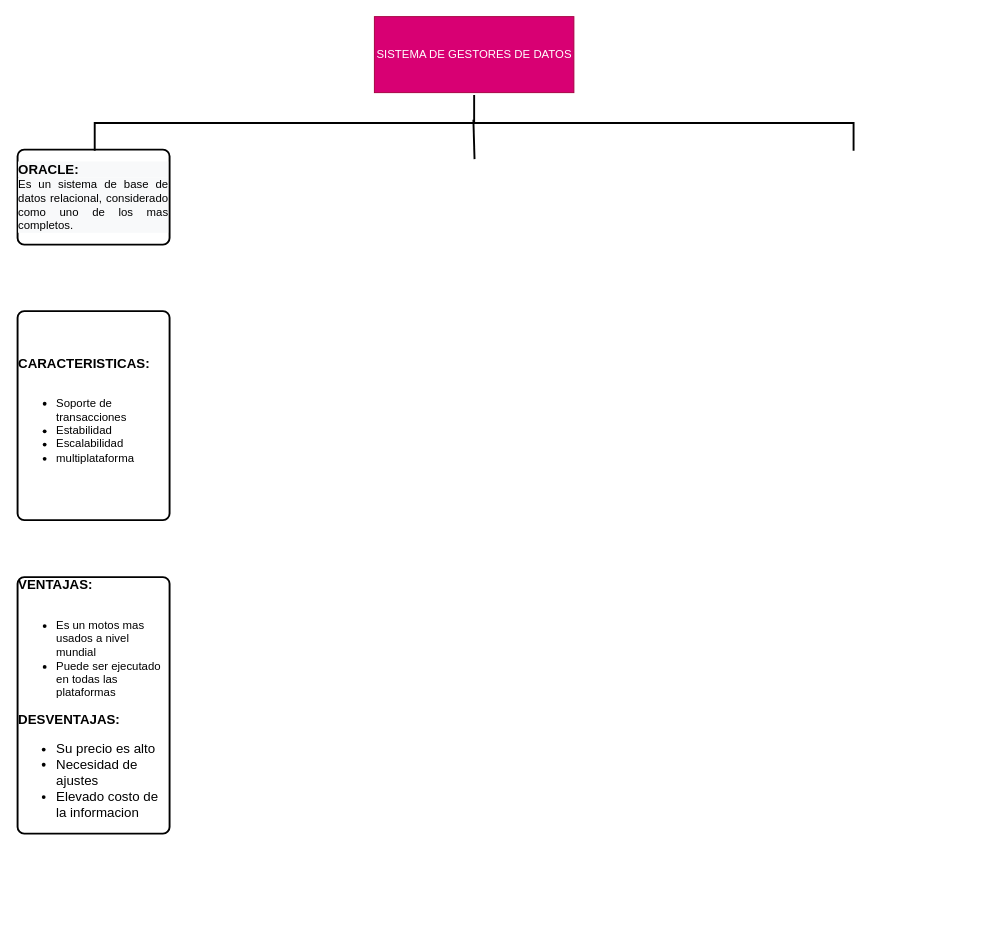
Earlier version of the draw.io diagram DIAGRAMAN/Gestores de base de datos.drawio (IVONNE80/BASE-DE-DATOS). Source tidied: cells renumbered, new cells numbered last; positions are measured from the earlier drawing's top-left corner, leaving out a move shared by most shapes. Both pictures are drawn from the tidied source at 95%, with x=0, y=0 at pixel (17, -257).
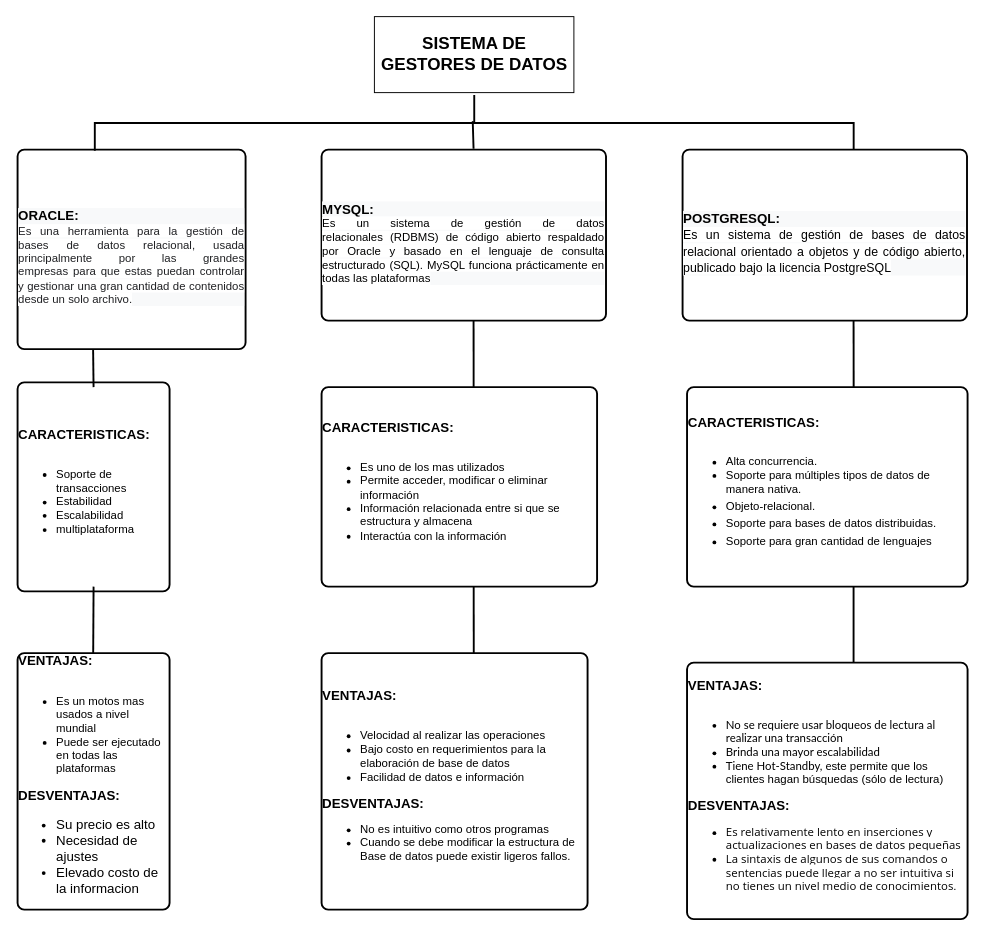
The same page after the edit.

Diff of the diagram source:
```diff
@@
-    <mxCell id="2" value="SISTEMA DE GESTORES DE DATOS" style="rounded=0;whiteSpace=wrap;html=1;fillColor=#d80073;strokeColor=#A50040;fontColor=#ffffff;" parent="1" vertex="1">
+    <mxCell id="2" value="&lt;font style=&quot;font-size: 18px;&quot;&gt;&lt;b&gt;SISTEMA DE GESTORES DE DATOS&lt;/b&gt;&lt;/font&gt;" style="rounded=0;whiteSpace=wrap;html=1;" parent="1" vertex="1">
       <mxGeometry x="375.6" y="288" width="210" height="80" as="geometry" />
     </mxCell>
-    <mxCell id="3" value="&lt;br&gt;&lt;div style=&quot;color: rgb(0, 0, 0); font-family: Helvetica; font-style: normal; font-variant-ligatures: normal; font-variant-caps: normal; font-weight: 400; letter-spacing: normal; orphans: 2; text-indent: 0px; text-transform: none; widows: 2; word-spacing: 0px; -webkit-text-stroke-width: 0px; background-color: rgb(248, 249, 250); text-decoration-thickness: initial; text-decoration-style: initial; text-decoration-color: initial; font-size: 12px; text-align: left;&quot;&gt;&lt;span style=&quot;background-color: initial;&quot;&gt;&lt;b&gt;&lt;font style=&quot;font-size: 14px;&quot;&gt;ORACLE:&lt;/font&gt;&lt;/b&gt;&lt;/span&gt;&lt;/div&gt;&lt;div style=&quot;color: rgb(0, 0, 0); font-family: Helvetica; font-style: normal; font-variant-ligatures: normal; font-variant-caps: normal; font-weight: 400; letter-spacing: normal; orphans: 2; text-indent: 0px; text-transform: none; widows: 2; word-spacing: 0px; -webkit-text-stroke-width: 0px; background-color: rgb(248, 249, 250); text-decoration-thickness: initial; text-decoration-style: initial; text-decoration-color: initial; font-size: 12px; text-align: justify;&quot;&gt;&lt;span style=&quot;background-color: initial;&quot;&gt;Es un sistema de base de datos relacional, considerado como uno de los mas completos.&lt;/span&gt;&lt;/div&gt;&lt;br&gt;" style="rounded=1;whiteSpace=wrap;html=1;absoluteArcSize=1;arcSize=14;strokeWidth=2;fontSize=14;" parent="1" vertex="1">
-      <mxGeometry y="428" width="160" height="100" as="geometry" />
+    <mxCell id="3" value="&lt;br&gt;&lt;div style=&quot;color: rgb(0, 0, 0); font-family: Helvetica; font-style: normal; font-variant-ligatures: normal; font-variant-caps: normal; font-weight: 400; letter-spacing: normal; orphans: 2; text-indent: 0px; text-transform: none; widows: 2; word-spacing: 0px; -webkit-text-stroke-width: 0px; background-color: rgb(248, 249, 250); text-decoration-thickness: initial; text-decoration-style: initial; text-decoration-color: initial; font-size: 12px; text-align: left;&quot;&gt;&lt;span style=&quot;background-color: initial;&quot;&gt;&lt;b&gt;&lt;font style=&quot;font-size: 14px;&quot;&gt;ORACLE:&lt;/font&gt;&lt;/b&gt;&lt;/span&gt;&lt;/div&gt;&lt;div style=&quot;color: rgb(0, 0, 0); font-family: Helvetica; font-style: normal; font-variant-ligatures: normal; font-variant-caps: normal; letter-spacing: normal; orphans: 2; text-indent: 0px; text-transform: none; widows: 2; word-spacing: 0px; -webkit-text-stroke-width: 0px; background-color: rgb(248, 249, 250); text-decoration-thickness: initial; text-decoration-style: initial; text-decoration-color: initial; text-align: justify; font-size: 12px;&quot;&gt;&lt;span style=&quot;color: rgb(32, 33, 36); font-family: arial, sans-serif; text-align: start; background-color: rgb(255, 255, 255);&quot;&gt;Es una herramienta&amp;nbsp;&lt;/span&gt;&lt;span style=&quot;color: rgb(32, 33, 36); font-family: arial, sans-serif; text-align: start; background-color: rgb(255, 255, 255);&quot;&gt;para&lt;/span&gt;&lt;span style=&quot;color: rgb(32, 33, 36); font-family: arial, sans-serif; text-align: start; background-color: rgb(255, 255, 255);&quot;&gt;&amp;nbsp;la gestión de bases de datos relacional, usada principalmente por las grandes empresas&amp;nbsp;&lt;/span&gt;&lt;span style=&quot;color: rgb(32, 33, 36); font-family: arial, sans-serif; text-align: start; background-color: rgb(255, 255, 255);&quot;&gt;para&lt;/span&gt;&lt;span style=&quot;color: rgb(32, 33, 36); font-family: arial, sans-serif; text-align: start; background-color: rgb(255, 255, 255);&quot;&gt;&amp;nbsp;que estas puedan controlar y gestionar una gran cantidad de contenidos desde un solo archivo.&lt;/span&gt;&lt;br&gt;&lt;/div&gt;" style="rounded=1;whiteSpace=wrap;html=1;absoluteArcSize=1;arcSize=14;strokeWidth=2;fontSize=14;" parent="1" vertex="1">
+      <mxGeometry y="428" width="240" height="210" as="geometry" />
     </mxCell>
     <mxCell id="4" value="&lt;div style=&quot;text-align: left; font-size: 12px;&quot;&gt;&lt;span style=&quot;background-color: initial;&quot;&gt;&lt;b&gt;&lt;font style=&quot;font-size: 14px;&quot;&gt;CARACTERISTICAS:&lt;/font&gt;&lt;/b&gt;&lt;/span&gt;&lt;/div&gt;&lt;div style=&quot;text-align: left; font-size: 12px;&quot;&gt;&lt;br&gt;&lt;/div&gt;&lt;div&gt;&lt;ul style=&quot;font-size: 12px;&quot;&gt;&lt;li style=&quot;text-align: left;&quot;&gt;Soporte de transacciones&lt;/li&gt;&lt;li style=&quot;text-align: left;&quot;&gt;Estabilidad&lt;/li&gt;&lt;li style=&quot;text-align: left;&quot;&gt;Escalabilidad&lt;/li&gt;&lt;li style=&quot;text-align: left;&quot;&gt;multiplataforma&lt;/li&gt;&lt;/ul&gt;&lt;/div&gt;" style="rounded=1;whiteSpace=wrap;html=1;absoluteArcSize=1;arcSize=14;strokeWidth=2;fontSize=14;" parent="1" vertex="1">
-      <mxGeometry y="598" width="160" height="220" as="geometry" />
+      <mxGeometry y="673" width="160" height="220" as="geometry" />
     </mxCell>
     <mxCell id="5" value="&lt;div style=&quot;text-align: left; font-size: 12px;&quot;&gt;&lt;span style=&quot;background-color: initial;&quot;&gt;&lt;b&gt;&lt;font style=&quot;font-size: 14px;&quot;&gt;VENTAJAS:&lt;/font&gt;&lt;/b&gt;&lt;/span&gt;&lt;/div&gt;&lt;div style=&quot;text-align: left; font-size: 12px;&quot;&gt;&lt;br&gt;&lt;/div&gt;&lt;div&gt;&lt;ul style=&quot;font-size: 12px;&quot;&gt;&lt;li style=&quot;text-align: left;&quot;&gt;Es un motos mas usados a nivel mundial&lt;/li&gt;&lt;li style=&quot;text-align: left;&quot;&gt;Puede ser ejecutado en todas las plataformas&lt;/li&gt;&lt;/ul&gt;&lt;div style=&quot;text-align: left;&quot;&gt;&lt;b style=&quot;font-size: 12px;&quot;&gt;&lt;font style=&quot;font-size: 14px;&quot;&gt;DESVENTAJAS:&lt;/font&gt;&lt;/b&gt;&lt;span style=&quot;font-size: 12px;&quot;&gt;&lt;br&gt;&lt;/span&gt;&lt;/div&gt;&lt;/div&gt;&lt;div style=&quot;text-align: left;&quot;&gt;&lt;ul&gt;&lt;li&gt;&lt;span style=&quot;font-size: 12px;&quot;&gt;&lt;font style=&quot;font-size: 14px;&quot;&gt;Su precio es alto&lt;/font&gt;&lt;/span&gt;&lt;/li&gt;&lt;li&gt;&lt;span style=&quot;font-size: 12px;&quot;&gt;&lt;font style=&quot;font-size: 14px;&quot;&gt;Necesidad de ajustes&lt;/font&gt;&lt;/span&gt;&lt;/li&gt;&lt;li&gt;&lt;span style=&quot;font-size: 12px;&quot;&gt;&lt;font style=&quot;font-size: 14px;&quot;&gt;Elevado costo de la informacion&lt;/font&gt;&lt;/span&gt;&lt;/li&gt;&lt;/ul&gt;&lt;/div&gt;" style="rounded=1;whiteSpace=wrap;html=1;absoluteArcSize=1;arcSize=14;strokeWidth=2;fontSize=14;" parent="1" vertex="1">
-      <mxGeometry y="878" width="160" height="270" as="geometry" />
+      <mxGeometry y="958" width="160" height="270" as="geometry" />
     </mxCell>
     <mxCell id="6" style="strokeWidth=2;html=1;shape=mxgraph.flowchart.annotation_2;align=left;labelPosition=right;fontSize=14;rotation=90;" parent="1" vertex="1">
-      <mxGeometry x="451.2" y="0.5" width="58.8" height="798.8" as="geometry" />
+      <mxGeometry x="451.3" y="0.5" width="58.8" height="798.8" as="geometry" />
     </mxCell>
-    <mxCell id="7" style="endArrow=none;html=1;rounded=1;fontSize=14;exitX=0.444;exitY=0.501;exitDx=0;exitDy=0;exitPerimeter=0;sourcePerimeterSpacing=-2;targetPerimeterSpacing=0;strokeWidth=2;" parent="1" edge="1" source="6">
-      <mxGeometry relative="1" as="geometry">
-        <mxPoint x="481" y="438" as="targetPoint" />
-      </mxGeometry>
-    </mxCell>
+    <mxCell id="8" value="&lt;font style=&quot;font-size: 14px;&quot;&gt;&lt;br&gt;&lt;/font&gt;&lt;div style=&quot;color: rgb(0, 0, 0); font-family: Helvetica; font-style: normal; font-variant-ligatures: normal; font-variant-caps: normal; font-weight: 400; letter-spacing: normal; orphans: 2; text-indent: 0px; text-transform: none; widows: 2; word-spacing: 0px; -webkit-text-stroke-width: 0px; background-color: rgb(248, 249, 250); text-decoration-thickness: initial; text-decoration-style: initial; text-decoration-color: initial; text-align: left;&quot;&gt;&lt;span style=&quot;background-color: initial;&quot;&gt;&lt;b&gt;&lt;font style=&quot;font-size: 14px;&quot;&gt;MYSQL:&lt;/font&gt;&lt;/b&gt;&lt;/span&gt;&lt;/div&gt;&lt;div style=&quot;font-family: Helvetica; font-style: normal; font-variant-ligatures: normal; font-variant-caps: normal; font-weight: 400; letter-spacing: normal; orphans: 2; text-indent: 0px; text-transform: none; widows: 2; word-spacing: 0px; -webkit-text-stroke-width: 0px; background-color: rgb(248, 249, 250); text-decoration-thickness: initial; text-decoration-style: initial; text-decoration-color: initial; text-align: justify; font-size: 12px;&quot;&gt;&lt;font style=&quot;font-size: 12px;&quot;&gt;&lt;span style=&quot;font-family: Arial, sans-serif; text-align: start; background-color: rgb(255, 255, 255);&quot;&gt;Es un sistema de gestión de datos relacionales&amp;nbsp;&lt;/span&gt;&lt;span style=&quot;font-family: Arial, sans-serif; text-align: start; background-color: rgb(255, 255, 255);&quot;&gt;(RDBMS) de código abierto respaldado por Oracle y basado en el lenguaje de consulta estructurado (SQL). MySQL funciona prácticamente en todas las plataformas&lt;/span&gt;&lt;/font&gt;&lt;br&gt;&lt;/div&gt;" style="rounded=1;whiteSpace=wrap;html=1;absoluteArcSize=1;arcSize=14;strokeWidth=2;fontSize=14;" parent="1" vertex="1">
+      <mxGeometry x="320" y="428" width="299.4" height="180" as="geometry" />
+    </mxCell>
+    <mxCell id="9" value="&lt;div style=&quot;text-align: left; font-size: 12px;&quot;&gt;&lt;span style=&quot;background-color: initial;&quot;&gt;&lt;b&gt;&lt;font style=&quot;font-size: 14px;&quot;&gt;CARACTERISTICAS:&lt;/font&gt;&lt;/b&gt;&lt;/span&gt;&lt;/div&gt;&lt;div style=&quot;text-align: left; font-size: 12px;&quot;&gt;&lt;br&gt;&lt;/div&gt;&lt;div&gt;&lt;ul style=&quot;font-size: 12px;&quot;&gt;&lt;li style=&quot;text-align: left;&quot;&gt;Es uno de los mas utilizados&lt;/li&gt;&lt;li style=&quot;text-align: left;&quot;&gt;Permite acceder, modificar o eliminar información&amp;nbsp;&lt;/li&gt;&lt;li style=&quot;text-align: left;&quot;&gt;Información relacionada entre si que se estructura y almacena&lt;/li&gt;&lt;li style=&quot;text-align: left;&quot;&gt;Interactúa con la información&amp;nbsp;&lt;/li&gt;&lt;/ul&gt;&lt;/div&gt;" style="rounded=1;whiteSpace=wrap;html=1;absoluteArcSize=1;arcSize=14;strokeWidth=2;fontSize=14;" parent="1" vertex="1">
+      <mxGeometry x="320" y="678" width="290" height="210" as="geometry" />
+    </mxCell>
+    <mxCell id="10" value="&lt;div style=&quot;text-align: left; font-size: 12px;&quot;&gt;&lt;span style=&quot;background-color: initial;&quot;&gt;&lt;b&gt;&lt;font style=&quot;font-size: 14px;&quot;&gt;VENTAJAS:&lt;/font&gt;&lt;/b&gt;&lt;/span&gt;&lt;/div&gt;&lt;div style=&quot;text-align: left; font-size: 12px;&quot;&gt;&lt;br&gt;&lt;/div&gt;&lt;div&gt;&lt;ul style=&quot;font-size: 12px;&quot;&gt;&lt;li style=&quot;text-align: left;&quot;&gt;Velocidad al realizar las operaciones&lt;/li&gt;&lt;li style=&quot;text-align: left;&quot;&gt;Bajo costo en requerimientos para la elaboración de base de datos&lt;/li&gt;&lt;li style=&quot;text-align: left;&quot;&gt;Facilidad de datos e información&amp;nbsp;&lt;/li&gt;&lt;/ul&gt;&lt;div style=&quot;text-align: left;&quot;&gt;&lt;b style=&quot;font-size: 12px;&quot;&gt;&lt;font style=&quot;font-size: 14px;&quot;&gt;DESVENTAJAS:&lt;/font&gt;&lt;/b&gt;&lt;span style=&quot;font-size: 12px;&quot;&gt;&lt;br&gt;&lt;/span&gt;&lt;/div&gt;&lt;/div&gt;&lt;div style=&quot;text-align: left; font-size: 12px;&quot;&gt;&lt;ul&gt;&lt;li&gt;No es intuitivo como otros programas&lt;/li&gt;&lt;li style=&quot;margin: 0px 0px 4px; padding: 0px; list-style-type: disc;&quot; class=&quot;TrT0Xe&quot;&gt;Cuando se debe modificar la estructura de Base de datos puede existir ligeros fallos.&lt;/li&gt;&lt;/ul&gt;&lt;/div&gt;" style="rounded=1;whiteSpace=wrap;html=1;absoluteArcSize=1;arcSize=14;strokeWidth=2;fontSize=14;" parent="1" vertex="1">
+      <mxGeometry x="320" y="958" width="280" height="270" as="geometry" />
+    </mxCell>
+    <mxCell id="11" value="&lt;font style=&quot;font-size: 14px;&quot;&gt;&lt;br&gt;&lt;/font&gt;&lt;div style=&quot;color: rgb(0, 0, 0); font-family: Helvetica; font-style: normal; font-variant-ligatures: normal; font-variant-caps: normal; font-weight: 400; letter-spacing: normal; orphans: 2; text-indent: 0px; text-transform: none; widows: 2; word-spacing: 0px; -webkit-text-stroke-width: 0px; background-color: rgb(248, 249, 250); text-decoration-thickness: initial; text-decoration-style: initial; text-decoration-color: initial; text-align: left;&quot;&gt;&lt;span style=&quot;background-color: initial;&quot;&gt;&lt;b&gt;&lt;font style=&quot;font-size: 14px;&quot;&gt;POSTGRESQL:&lt;/font&gt;&lt;/b&gt;&lt;/span&gt;&lt;/div&gt;&lt;div style=&quot;font-family: Helvetica; font-style: normal; font-variant-ligatures: normal; font-variant-caps: normal; font-weight: 400; letter-spacing: normal; orphans: 2; text-indent: 0px; text-transform: none; widows: 2; word-spacing: 0px; -webkit-text-stroke-width: 0px; background-color: rgb(248, 249, 250); text-decoration-thickness: initial; text-decoration-style: initial; text-decoration-color: initial; text-align: justify;&quot;&gt;&lt;span style=&quot;font-family: arial, sans-serif; text-align: left; background-color: rgb(255, 255, 255);&quot;&gt;&lt;font style=&quot;font-size: 13px;&quot;&gt;Es un sistema de gestión de bases de datos relacional orientado a objetos y de código abierto, publicado bajo la licencia PostgreSQL&lt;/font&gt;&lt;/span&gt;&lt;br&gt;&lt;/div&gt;" style="rounded=1;whiteSpace=wrap;html=1;absoluteArcSize=1;arcSize=14;strokeWidth=2;fontSize=14;" parent="1" vertex="1">
+      <mxGeometry x="700" y="428" width="299.4" height="180" as="geometry" />
+    </mxCell>
+    <mxCell id="12" value="&lt;div style=&quot;text-align: left; font-size: 12px;&quot;&gt;&lt;span style=&quot;background-color: initial;&quot;&gt;&lt;b&gt;&lt;font style=&quot;font-size: 14px;&quot;&gt;CARACTERISTICAS:&lt;/font&gt;&lt;/b&gt;&lt;/span&gt;&lt;/div&gt;&lt;div style=&quot;text-align: left; font-size: 12px;&quot;&gt;&lt;br&gt;&lt;/div&gt;&lt;div&gt;&lt;ul style=&quot;font-size: 12px;&quot;&gt;&lt;li style=&quot;text-align: left;&quot;&gt;&lt;span style=&quot;font-size: 12px; background-color: initial;&quot;&gt;Alta concurrencia.&amp;nbsp;&lt;/span&gt;&lt;/li&gt;&lt;li style=&quot;text-align: left; margin: 0px 0px 4px; padding: 0px; list-style-type: disc;&quot; class=&quot;TrT0Xe&quot;&gt;Soporte para múltiples tipos de datos de manera nativa.&lt;/li&gt;&lt;li style=&quot;text-align: left; margin: 0px 0px 4px; padding: 0px; list-style-type: disc;&quot; class=&quot;TrT0Xe&quot;&gt;Objeto-relacional.&amp;nbsp;&lt;/li&gt;&lt;li style=&quot;text-align: left; margin: 0px 0px 4px; padding: 0px; list-style-type: disc;&quot; class=&quot;TrT0Xe&quot;&gt;Soporte para bases de datos distribuidas.&amp;nbsp;&lt;/li&gt;&lt;li style=&quot;text-align: left; margin: 0px 0px 4px; padding: 0px; list-style-type: disc;&quot; class=&quot;TrT0Xe&quot;&gt;Soporte para gran cantidad de lenguajes&lt;/li&gt;&lt;/ul&gt;&lt;/div&gt;" style="rounded=1;whiteSpace=wrap;html=1;absoluteArcSize=1;arcSize=14;strokeWidth=2;fontSize=14;" parent="1" vertex="1">
+      <mxGeometry x="704.7" y="678" width="295.3" height="210" as="geometry" />
+    </mxCell>
+    <mxCell id="13" value="&lt;div style=&quot;text-align: left; font-size: 12px;&quot;&gt;&lt;span style=&quot;background-color: initial;&quot;&gt;&lt;b&gt;&lt;font style=&quot;font-size: 14px;&quot;&gt;VENTAJAS:&lt;/font&gt;&lt;/b&gt;&lt;/span&gt;&lt;/div&gt;&lt;div style=&quot;text-align: left; font-size: 12px;&quot;&gt;&lt;br&gt;&lt;/div&gt;&lt;div&gt;&lt;ul style=&quot;font-size: 12px;&quot;&gt;&lt;li style=&quot;text-align: left;&quot;&gt;&lt;span style=&quot;font-family: lato, sans-serif; background-color: rgb(255, 255, 255);&quot;&gt;&lt;font style=&quot;font-size: 12px;&quot;&gt;No se requiere&amp;nbsp;usar bloqueos de lectura al realizar&amp;nbsp;una transacción&amp;nbsp;&lt;/font&gt;&lt;/span&gt;&lt;br&gt;&lt;/li&gt;&lt;li style=&quot;text-align: left;&quot;&gt;&lt;span style=&quot;font-family: lato, sans-serif; background-color: rgb(255, 255, 255);&quot;&gt;&lt;font style=&quot;font-size: 12px;&quot;&gt;Brinda&amp;nbsp;una mayor escalabilidad&lt;/font&gt;&lt;/span&gt;&lt;br&gt;&lt;/li&gt;&lt;li style=&quot;text-align: left;&quot;&gt;&lt;span style=&quot;font-family: lato, sans-serif; background-color: rgb(255, 255, 255);&quot;&gt;Tiene Hot-Standby, e&lt;/span&gt;ste permite que los clientes hagan búsquedas (sólo de lectura)&lt;br&gt;&lt;/li&gt;&lt;/ul&gt;&lt;div style=&quot;text-align: left;&quot;&gt;&lt;b style=&quot;font-size: 12px;&quot;&gt;&lt;font style=&quot;font-size: 14px;&quot;&gt;DESVENTAJAS:&lt;/font&gt;&lt;/b&gt;&lt;span style=&quot;font-size: 12px;&quot;&gt;&lt;br&gt;&lt;/span&gt;&lt;/div&gt;&lt;/div&gt;&lt;div style=&quot;text-align: left; font-size: 12px;&quot;&gt;&lt;ul style=&quot;&quot;&gt;&lt;li&gt;&lt;span style=&quot;font-family: &amp;quot;Open Sans&amp;quot;, sans-serif; background-color: rgb(255, 255, 255);&quot;&gt;Es relativamente&amp;nbsp;&lt;/span&gt;&lt;span style=&quot;box-sizing: border-box; font-family: &amp;quot;Open Sans&amp;quot;, sans-serif; background-color: rgb(255, 255, 255);&quot;&gt;lento en inserciones y actualizaciones en bases de datos pequeñas&lt;/span&gt;&lt;br&gt;&lt;/li&gt;&lt;li style=&quot;margin: 0px 0px 4px; padding: 0px; list-style-type: disc;&quot; class=&quot;TrT0Xe&quot;&gt;&lt;span style=&quot;font-family: &amp;quot;Open Sans&amp;quot;, sans-serif; background-color: rgb(255, 255, 255);&quot;&gt;La sintaxis de algunos de sus comandos o sentencias puede llegar a no ser intuitiva si no tienes un nivel medio de conocimientos&lt;/span&gt;.&lt;/li&gt;&lt;/ul&gt;&lt;/div&gt;" style="rounded=1;whiteSpace=wrap;html=1;absoluteArcSize=1;arcSize=14;strokeWidth=2;fontSize=14;" parent="1" vertex="1">
+      <mxGeometry x="704.7" y="968" width="295.3" height="270" as="geometry" />
+    </mxCell>
+    <mxCell id="14" style="line;strokeWidth=1;dashed=0;labelPosition=right;align=left;verticalAlign=middle;spacingTop=0;spacingLeft=6;fontSize=12;fontColor=#000000;" parent="1" vertex="1">
+      <mxGeometry x="480" y="394.9" width="60" height="10" as="geometry" />
+    </mxCell>
+    <mxCell id="15" style="endArrow=none;html=1;rounded=0;strokeWidth=2;fontSize=12;fontColor=#000000;sourcePerimeterSpacing=-2;targetPerimeterSpacing=0;entryX=0.468;entryY=0.502;entryDx=0;entryDy=0;entryPerimeter=0;" parent="1" edge="1" target="6">
+      <mxGeometry relative="1" as="geometry">
+        <mxPoint x="480" y="427" as="sourcePoint" />
+      </mxGeometry>
+    </mxCell>
+    <mxCell id="16" style="endArrow=none;html=1;rounded=0;strokeWidth=2;fontSize=12;fontColor=#000000;sourcePerimeterSpacing=-2;targetPerimeterSpacing=0;entryX=0.552;entryY=0;entryDx=0;entryDy=0;entryPerimeter=0;" parent="1" edge="1" target="9">
+      <mxGeometry relative="1" as="geometry">
+        <mxPoint x="480" y="608" as="sourcePoint" />
+      </mxGeometry>
+    </mxCell>
+    <mxCell id="17" style="endArrow=none;html=1;rounded=0;strokeWidth=2;fontSize=12;fontColor=#000000;sourcePerimeterSpacing=-2;targetPerimeterSpacing=0;entryX=0.552;entryY=0;entryDx=0;entryDy=0;entryPerimeter=0;" parent="1" edge="1">
+      <mxGeometry relative="1" as="geometry">
+        <mxPoint x="880" y="608" as="sourcePoint" />
+        <mxPoint x="880.1" y="678" as="targetPoint" />
+      </mxGeometry>
+    </mxCell>
+    <mxCell id="18" style="endArrow=none;html=1;rounded=0;strokeWidth=2;fontSize=12;fontColor=#000000;sourcePerimeterSpacing=-2;targetPerimeterSpacing=0;" parent="1" edge="1">
+      <mxGeometry relative="1" as="geometry">
+        <mxPoint x="880" y="888" as="sourcePoint" />
+        <mxPoint x="880" y="968" as="targetPoint" />
+      </mxGeometry>
+    </mxCell>
+    <mxCell id="19" style="endArrow=none;html=1;rounded=0;strokeWidth=2;fontSize=12;fontColor=#000000;sourcePerimeterSpacing=-2;targetPerimeterSpacing=0;entryX=0.552;entryY=0;entryDx=0;entryDy=0;entryPerimeter=0;" parent="1" edge="1">
+      <mxGeometry relative="1" as="geometry">
+        <mxPoint x="480.1" y="888" as="sourcePoint" />
+        <mxPoint x="480.2" y="958" as="targetPoint" />
+      </mxGeometry>
+    </mxCell>
+    <mxCell id="20" style="endArrow=none;html=1;rounded=0;strokeWidth=2;fontSize=12;fontColor=#000000;sourcePerimeterSpacing=-2;targetPerimeterSpacing=0;entryX=0.552;entryY=0;entryDx=0;entryDy=0;entryPerimeter=0;" parent="1" edge="1">
+      <mxGeometry relative="1" as="geometry">
+        <mxPoint x="80" y="888" as="sourcePoint" />
+        <mxPoint x="79.6" y="958" as="targetPoint" />
+      </mxGeometry>
+    </mxCell>
+    <mxCell id="21" style="endArrow=none;html=1;rounded=0;strokeWidth=2;fontSize=12;fontColor=#000000;sourcePerimeterSpacing=-2;targetPerimeterSpacing=0;" parent="1" edge="1">
+      <mxGeometry relative="1" as="geometry">
+        <mxPoint x="79.5" y="638" as="sourcePoint" />
+        <mxPoint x="80" y="678" as="targetPoint" />
+      </mxGeometry>
+    </mxCell>
```
